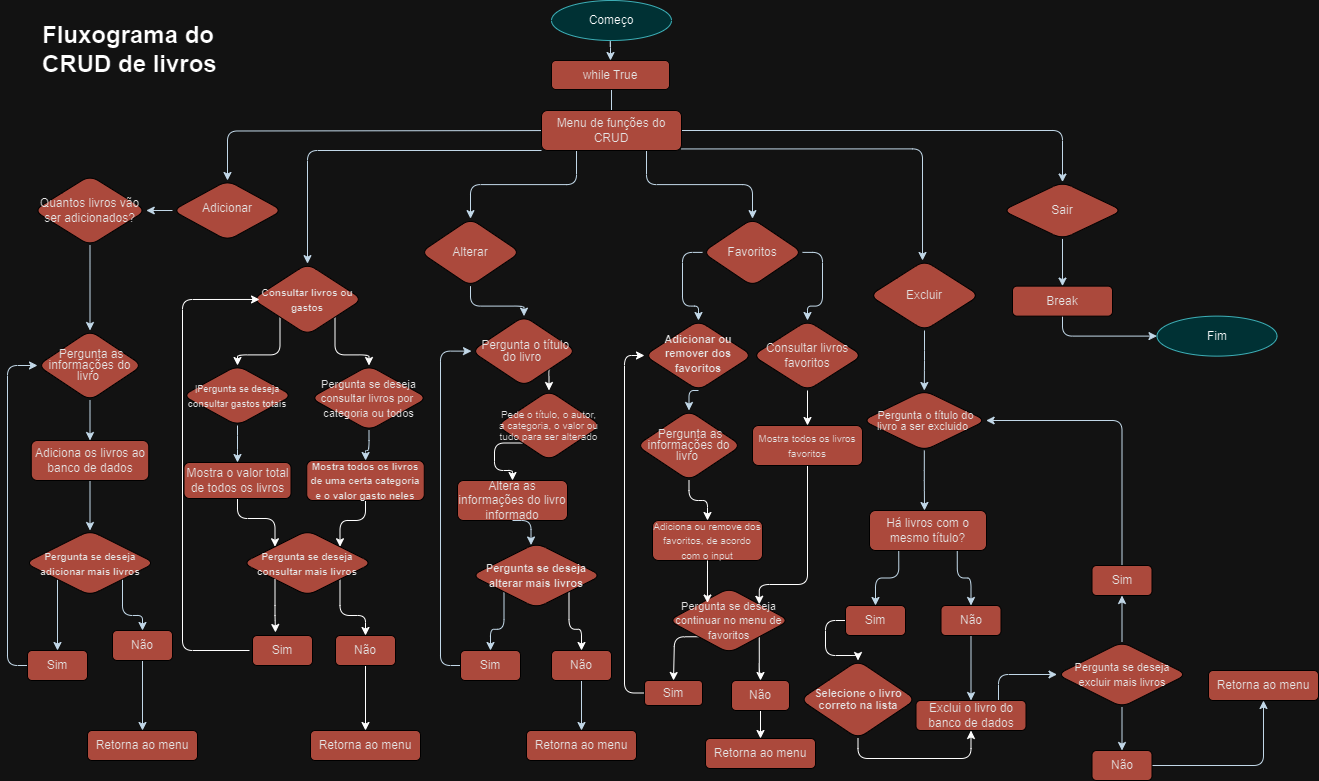
Above: FluxogramaCRUD.drawio.png in luzianes/CRUD-de-Livros (draw.io), before the change. Source tidied: cells renumbered, new cells last; positions are measured from the earlier drawing's top-left corner, leaving out a move shared by most shapes.
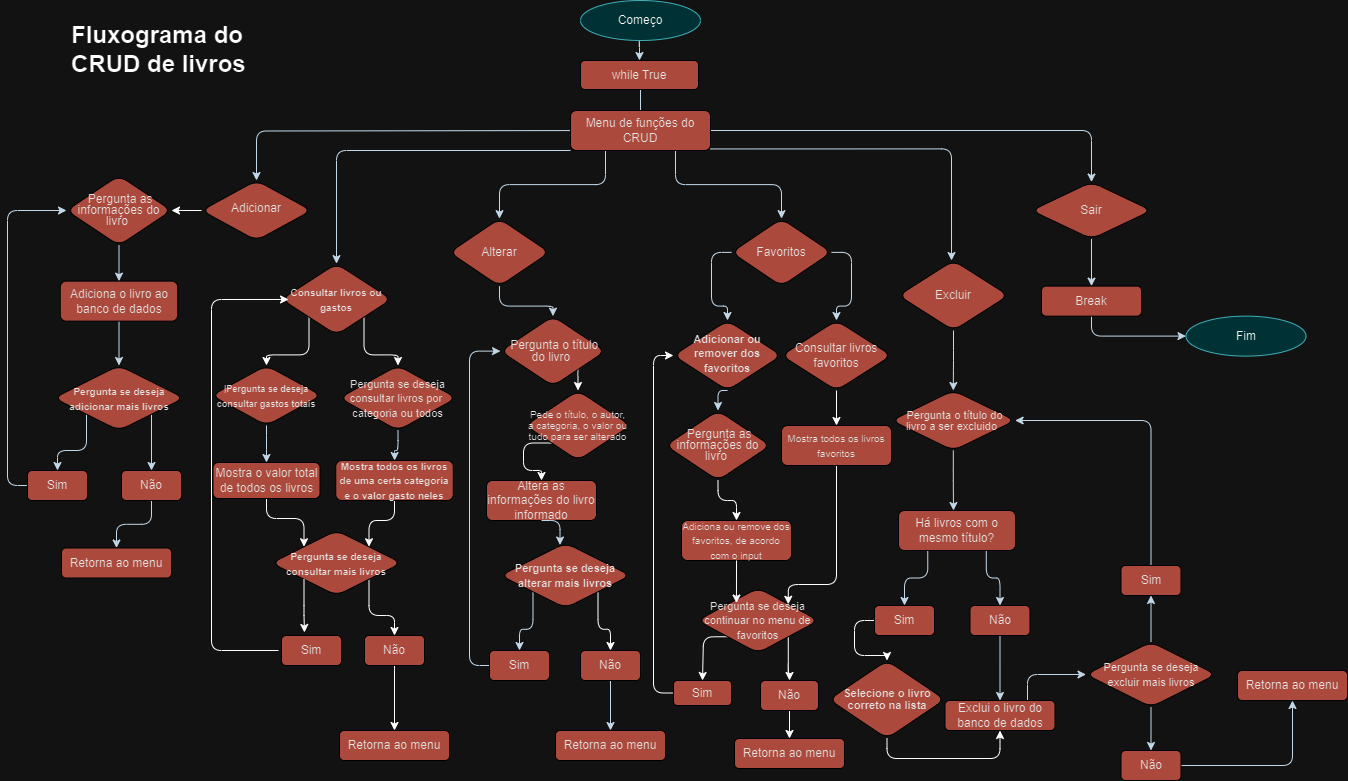
The same file after the commit.

Commit message:
Mais ajustes no fluxograma

Diff of the diagram source:
```diff
@@ -39,12 +39,9 @@
     <mxCell id="9" value="Menu de funções do CRUD" style="rounded=1;whiteSpace=wrap;html=1;fontSize=12;glass=0;strokeWidth=1;shadow=0;labelBackgroundColor=none;fillColor=#F08E81;strokeColor=#FFFFFF;fontColor=#1A1A1A;" parent="1" vertex="1">
       <mxGeometry x="517" y="110" width="140" height="40" as="geometry" />
     </mxCell>
-    <mxCell id="10" style="edgeStyle=orthogonalEdgeStyle;rounded=1;jettySize=auto;html=1;exitX=0.5;exitY=1;exitDx=0;exitDy=0;entryX=0.5;entryY=0;entryDx=0;entryDy=0;labelBackgroundColor=none;fontColor=default;strokeColor=#182E3E;" parent="1" edge="1" source="53" target="39">
-      <mxGeometry relative="1" as="geometry" />
-    </mxCell>
-    <mxCell id="11" style="edgeStyle=orthogonalEdgeStyle;rounded=1;jettySize=auto;html=1;exitX=0;exitY=0.5;exitDx=0;exitDy=0;entryX=1;entryY=0.5;entryDx=0;entryDy=0;labelBackgroundColor=none;fontColor=default;strokeColor=#182E3E;" parent="1" edge="1" source="12" target="53">
-      <mxGeometry relative="1" as="geometry" />
-    </mxCell>
+    <mxCell id="115" style="edgeStyle=orthogonalEdgeStyle;rounded=0;jettySize=auto;html=1;exitX=0;exitY=0.5;exitDx=0;exitDy=0;entryX=1;entryY=0.5;entryDx=0;entryDy=0;" parent="1" edge="1" source="12" target="39">
+      <mxGeometry relative="1" as="geometry" />
+    </mxCell>
     <mxCell id="12" value="Adicionar" style="rhombus;whiteSpace=wrap;html=1;shadow=0;fontFamily=Helvetica;fontSize=12;align=center;strokeWidth=1;spacing=6;spacingTop=-4;labelBackgroundColor=none;rounded=1;fillColor=#F08E81;strokeColor=#FFFFFF;fontColor=#1A1A1A;" parent="1" vertex="1">
       <mxGeometry x="148" y="180" width="110" height="60" as="geometry" />
     </mxCell>
@@ -127,7 +124,7 @@
       <mxGeometry relative="1" as="geometry" />
     </mxCell>
     <mxCell id="39" value="&lt;p style=&quot;line-height: 93%;&quot;&gt;&lt;font style=&quot;font-size: 12px;&quot;&gt;&amp;nbsp;&lt;/font&gt;&lt;span style=&quot;background-color: initial;&quot;&gt;Pergunta as informações do livro&amp;nbsp;&lt;/span&gt;&lt;/p&gt;" style="rhombus;whiteSpace=wrap;html=1;labelBackgroundColor=none;rounded=1;fillColor=#F08E81;strokeColor=#FFFFFF;fontColor=#1A1A1A;" parent="1" vertex="1">
-      <mxGeometry x="13" y="330" width="105" height="70" as="geometry" />
+      <mxGeometry x="13" y="175" width="105" height="70" as="geometry" />
     </mxCell>
     <mxCell id="40" style="edgeStyle=orthogonalEdgeStyle;rounded=1;jettySize=auto;html=1;exitX=0.5;exitY=1;exitDx=0;exitDy=0;entryX=0.5;entryY=0;entryDx=0;entryDy=0;labelBackgroundColor=none;fontColor=default;strokeColor=#182E3E;" parent="1" edge="1" target="43">
       <mxGeometry relative="1" as="geometry" />
@@ -139,28 +136,28 @@
       <mxGeometry relative="1" as="geometry" />
     </mxCell>
     <mxCell id="43" value="&lt;font style=&quot;font-size: 10px;&quot;&gt;&lt;b&gt;Pergunta se deseja adicionar mais livros&lt;/b&gt;&lt;/font&gt;" style="rhombus;whiteSpace=wrap;html=1;labelBackgroundColor=none;rounded=1;fillColor=#F08E81;strokeColor=#FFFFFF;fontColor=#1A1A1A;" parent="1" vertex="1">
-      <mxGeometry x="0.5" y="530" width="130" height="65" as="geometry" />
+      <mxGeometry x="0.5" y="365" width="130" height="65" as="geometry" />
     </mxCell>
     <mxCell id="44" style="edgeStyle=orthogonalEdgeStyle;rounded=1;jettySize=auto;html=1;exitX=0.5;exitY=1;exitDx=0;exitDy=0;entryX=0.5;entryY=0;entryDx=0;entryDy=0;labelBackgroundColor=none;fontColor=default;strokeColor=#182E3E;" parent="1" edge="1" source="45" target="43">
       <mxGeometry relative="1" as="geometry" />
     </mxCell>
-    <mxCell id="45" value="&lt;font style=&quot;font-size: 12px;&quot;&gt;Adiciona os livros ao banco de dados&lt;/font&gt;" style="rounded=1;whiteSpace=wrap;html=1;labelBackgroundColor=none;fillColor=#F08E81;strokeColor=#FFFFFF;fontColor=#1A1A1A;" parent="1" vertex="1">
-      <mxGeometry x="6.8" y="440" width="117.5" height="40" as="geometry" />
+    <mxCell id="45" value="&lt;font style=&quot;font-size: 12px;&quot;&gt;Adiciona o livro ao banco de dados&lt;/font&gt;" style="rounded=1;whiteSpace=wrap;html=1;labelBackgroundColor=none;fillColor=#F08E81;strokeColor=#FFFFFF;fontColor=#1A1A1A;" parent="1" vertex="1">
+      <mxGeometry x="6.8" y="280.6" width="117.5" height="40" as="geometry" />
     </mxCell>
     <mxCell id="46" style="edgeStyle=orthogonalEdgeStyle;rounded=1;jettySize=auto;html=1;exitX=0;exitY=0.5;exitDx=0;exitDy=0;entryX=0;entryY=0.5;entryDx=0;entryDy=0;labelBackgroundColor=none;fontColor=default;strokeColor=#182E3E;" parent="1" edge="1" source="47" target="39">
       <mxGeometry relative="1" as="geometry" />
     </mxCell>
     <mxCell id="47" value="Sim" style="rounded=1;whiteSpace=wrap;html=1;labelBackgroundColor=none;fillColor=#F08E81;strokeColor=#FFFFFF;fontColor=#1A1A1A;" parent="1" vertex="1">
-      <mxGeometry x="3" y="650" width="60" height="30" as="geometry" />
+      <mxGeometry x="-26" y="470" width="60" height="30" as="geometry" />
     </mxCell>
     <mxCell id="48" style="edgeStyle=orthogonalEdgeStyle;rounded=1;jettySize=auto;html=1;exitX=0.5;exitY=1;exitDx=0;exitDy=0;entryX=0.5;entryY=0;entryDx=0;entryDy=0;labelBackgroundColor=none;fontColor=default;strokeColor=#182E3E;" parent="1" edge="1" source="49" target="50">
       <mxGeometry relative="1" as="geometry" />
     </mxCell>
     <mxCell id="49" value="Não" style="rounded=1;whiteSpace=wrap;html=1;labelBackgroundColor=none;fillColor=#F08E81;strokeColor=#FFFFFF;fontColor=#1A1A1A;" parent="1" vertex="1">
-      <mxGeometry x="88" y="630" width="60" height="30" as="geometry" />
+      <mxGeometry x="68" y="470" width="60" height="30" as="geometry" />
     </mxCell>
     <mxCell id="50" value="Retorna ao menu" style="rounded=1;whiteSpace=wrap;html=1;labelBackgroundColor=none;fillColor=#F08E81;strokeColor=#FFFFFF;fontColor=#1A1A1A;" parent="1" vertex="1">
-      <mxGeometry x="63" y="730" width="110" height="30" as="geometry" />
+      <mxGeometry x="8" y="547.5" width="110" height="30" as="geometry" />
     </mxCell>
     <mxCell id="51" style="edgeStyle=orthogonalEdgeStyle;rounded=1;jettySize=auto;html=1;exitX=1;exitY=1;exitDx=0;exitDy=0;entryX=0.5;entryY=0;entryDx=0;entryDy=0;" parent="1" edge="1" source="52" target="94">
       <mxGeometry relative="1" as="geometry" />
@@ -168,9 +165,6 @@
     <mxCell id="52" value="&lt;p style=&quot;line-height: 93%;&quot;&gt;&lt;font style=&quot;font-size: 12px;&quot;&gt;&amp;nbsp;&lt;/font&gt;&lt;span style=&quot;background-color: initial;&quot;&gt;Pergunta o título do livro&amp;nbsp;&lt;/span&gt;&lt;/p&gt;" style="rhombus;whiteSpace=wrap;html=1;labelBackgroundColor=none;rounded=1;fillColor=#F08E81;strokeColor=#FFFFFF;fontColor=#1A1A1A;" parent="1" vertex="1">
       <mxGeometry x="447" y="315.6" width="105" height="70" as="geometry" />
     </mxCell>
-    <mxCell id="53" value="&lt;font style=&quot;font-size: 12px;&quot;&gt;Quantos livros vão ser adicionados?&lt;/font&gt;" style="rhombus;whiteSpace=wrap;html=1;labelBackgroundColor=none;rounded=1;fillColor=#F08E81;strokeColor=#FFFFFF;fontColor=#1A1A1A;align=center;" parent="1" vertex="1">
-      <mxGeometry x="9.2" y="175" width="112.5" height="70" as="geometry" />
-    </mxCell>
     <mxCell id="54" value="Altera as informações do livro informado" style="rounded=1;whiteSpace=wrap;html=1;labelBackgroundColor=none;fillColor=#F08E81;strokeColor=#FFFFFF;fontColor=#1A1A1A;" parent="1" vertex="1">
       <mxGeometry x="433" y="480" width="110" height="40" as="geometry" />
     </mxCell>
```
